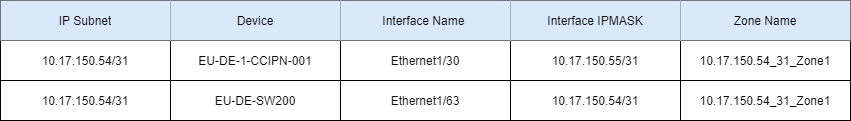
PlatformCertification/Certification-IEv10.0 keeps this draw.io diagram as Platform Certification Guidance/images/Change Zone list.png. Above is the earlier version. Source tidied: cells renumbered, new cells last; positions are measured from the earlier drawing's top-left corner, leaving out a move shared by most shapes.
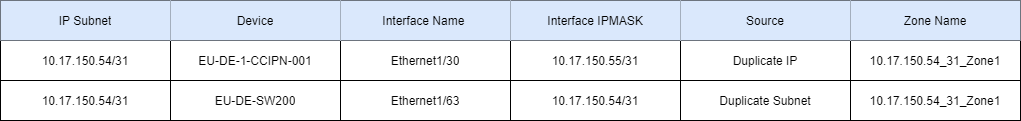
After the change.

What changed in the source:
```diff
@@ -3,10 +3,10 @@
     <mxCell id="0" />
     <mxCell id="1" parent="0" />
     <mxCell id="2" style="shape=table;html=1;whiteSpace=wrap;startSize=0;" parent="1" vertex="1">
-      <mxGeometry width="850" height="120" as="geometry" />
+      <mxGeometry width="1020" height="120" as="geometry" />
     </mxCell>
     <mxCell id="3" style="shape=partialRectangle;html=1;whiteSpace=wrap;fillColor=none;top=0;left=0;bottom=0;right=0;" parent="2" vertex="1">
-      <mxGeometry width="850" height="40" as="geometry" />
+      <mxGeometry width="1020" height="40" as="geometry" />
     </mxCell>
     <mxCell id="4" value="IP Subnet" style="shape=partialRectangle;html=1;whiteSpace=wrap;overflow=hidden;fillColor=#dae8fc;top=0;left=0;bottom=0;right=0;strokeColor=#6c8ebf;" parent="3" vertex="1">
       <mxGeometry width="170" height="40" as="geometry" />
@@ -20,11 +20,14 @@
     <mxCell id="7" value="Interface IPMASK" style="shape=partialRectangle;html=1;whiteSpace=wrap;overflow=hidden;fillColor=#dae8fc;top=0;left=0;bottom=0;right=0;strokeColor=#6c8ebf;" parent="3" vertex="1">
       <mxGeometry x="510" width="170" height="40" as="geometry" />
     </mxCell>
+    <mxCell id="21" value="Source" style="shape=partialRectangle;html=1;whiteSpace=wrap;overflow=hidden;fillColor=#dae8fc;top=0;left=0;bottom=0;right=0;strokeColor=#6c8ebf;" parent="3" vertex="1">
+      <mxGeometry x="680" width="170" height="40" as="geometry" />
+    </mxCell>
     <mxCell id="8" value="Zone Name" style="shape=partialRectangle;html=1;whiteSpace=wrap;overflow=hidden;fillColor=#dae8fc;top=0;left=0;bottom=0;right=0;strokeColor=#6c8ebf;" parent="3" vertex="1">
-      <mxGeometry x="680" width="170" height="40" as="geometry" />
+      <mxGeometry x="850" width="170" height="40" as="geometry" />
     </mxCell>
     <mxCell id="9" style="shape=partialRectangle;html=1;whiteSpace=wrap;fillColor=none;top=0;left=0;bottom=0;right=0;" parent="2" vertex="1">
-      <mxGeometry y="40" width="850" height="40" as="geometry" />
+      <mxGeometry y="40" width="1020" height="40" as="geometry" />
     </mxCell>
     <mxCell id="10" value="10.17.150.54/31" style="shape=partialRectangle;html=1;whiteSpace=wrap;overflow=hidden;fillColor=none;top=0;left=0;bottom=0;right=0;" parent="9" vertex="1">
       <mxGeometry width="170" height="40" as="geometry" />
@@ -38,11 +41,14 @@
     <mxCell id="13" value="10.17.150.55/31" style="shape=partialRectangle;html=1;whiteSpace=wrap;overflow=hidden;fillColor=none;top=0;left=0;bottom=0;right=0;" parent="9" vertex="1">
       <mxGeometry x="510" width="170" height="40" as="geometry" />
     </mxCell>
+    <mxCell id="22" value="Duplicate IP" style="shape=partialRectangle;html=1;whiteSpace=wrap;overflow=hidden;fillColor=none;top=0;left=0;bottom=0;right=0;" parent="9" vertex="1">
+      <mxGeometry x="680" width="170" height="40" as="geometry" />
+    </mxCell>
     <mxCell id="14" value="10.17.150.54_31_Zone1" style="shape=partialRectangle;html=1;whiteSpace=wrap;overflow=hidden;fillColor=none;top=0;left=0;bottom=0;right=0;" parent="9" vertex="1">
-      <mxGeometry x="680" width="170" height="40" as="geometry" />
+      <mxGeometry x="850" width="170" height="40" as="geometry" />
     </mxCell>
     <mxCell id="15" style="shape=partialRectangle;html=1;whiteSpace=wrap;fillColor=none;top=0;left=0;bottom=0;right=0;" parent="2" vertex="1">
-      <mxGeometry y="80" width="850" height="40" as="geometry" />
+      <mxGeometry y="80" width="1020" height="40" as="geometry" />
     </mxCell>
     <mxCell id="16" value="10.17.150.54/31" style="shape=partialRectangle;html=1;whiteSpace=wrap;overflow=hidden;fillColor=none;top=0;left=0;bottom=0;right=0;" parent="15" vertex="1">
       <mxGeometry width="170" height="40" as="geometry" />
@@ -56,8 +62,11 @@
     <mxCell id="19" value="10.17.150.54/31" style="shape=partialRectangle;html=1;whiteSpace=wrap;overflow=hidden;fillColor=none;top=0;left=0;bottom=0;right=0;" parent="15" vertex="1">
       <mxGeometry x="510" width="170" height="40" as="geometry" />
     </mxCell>
+    <mxCell id="23" value="Duplicate Subnet" style="shape=partialRectangle;html=1;whiteSpace=wrap;overflow=hidden;fillColor=none;top=0;left=0;bottom=0;right=0;" parent="15" vertex="1">
+      <mxGeometry x="680" width="170" height="40" as="geometry" />
+    </mxCell>
     <mxCell id="20" value="10.17.150.54_31_Zone1" style="shape=partialRectangle;html=1;whiteSpace=wrap;overflow=hidden;fillColor=none;top=0;left=0;bottom=0;right=0;" parent="15" vertex="1">
-      <mxGeometry x="680" width="170" height="40" as="geometry" />
+      <mxGeometry x="850" width="170" height="40" as="geometry" />
     </mxCell>
   </root>
 </mxGraphModel>
```
